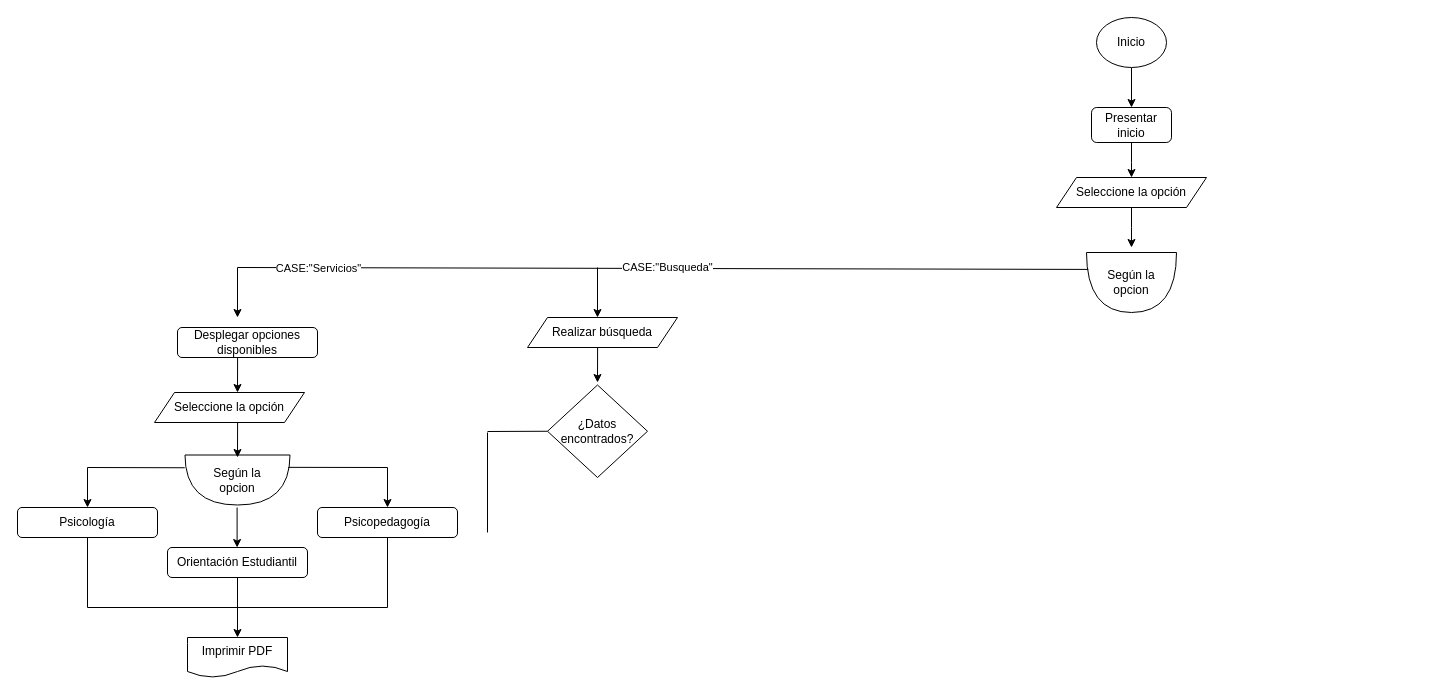
The draw.io diagram DiagramaDeActividades/DiagramaActividadOpciones.drawio in Joxini/DiagramaDeUso, before the edit. Source tidied: cells renumbered, new cells numbered last; positions are measured from the earlier drawing's top-left corner, leaving out a move shared by most shapes. Both pictures are drawn from the tidied source at 100%, with x=0, y=0 at pixel (17, 17).
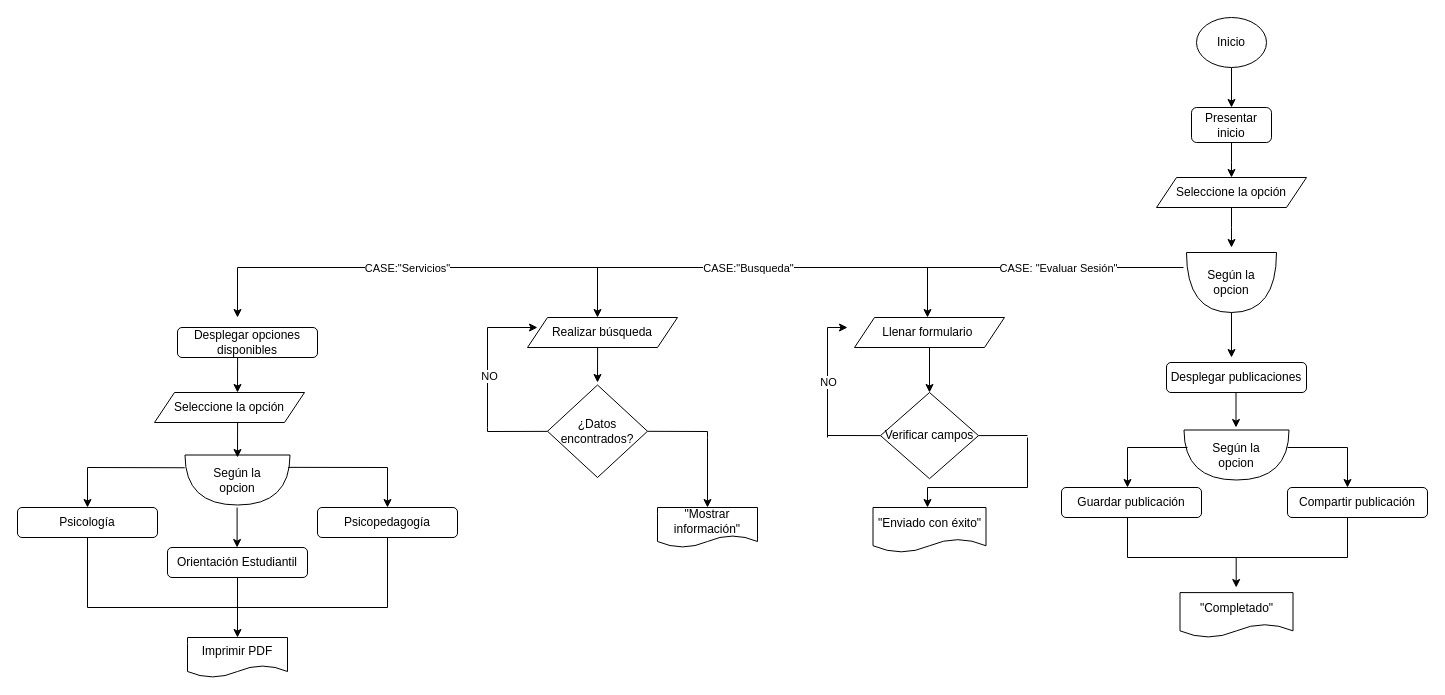
The same page after the edit.

Unchanged cells that the change refers to:
```xml
<mxCell id="37" value="¿Datos encontrados?" style="rhombus;whiteSpace=wrap;html=1;" parent="1" vertex="1">
  <mxGeometry x="530" y="367.5" width="100" height="92.5" as="geometry" />
</mxCell>
```

Diff of the diagram source:
```diff
@@
     <mxCell id="3" value="Inicio" style="ellipse;whiteSpace=wrap;html=1;" parent="1" vertex="1">
-      <mxGeometry x="1079" width="70" height="50" as="geometry" />
+      <mxGeometry x="1179" width="70" height="50" as="geometry" />
     </mxCell>
     <mxCell id="4" style="edgeStyle=orthogonalEdgeStyle;rounded=0;jettySize=auto;html=1;" parent="1" edge="1" source="5">
       <mxGeometry relative="1" as="geometry">
-        <mxPoint x="1114" y="160" as="targetPoint" />
+        <mxPoint x="1214" y="160" as="targetPoint" />
       </mxGeometry>
     </mxCell>
     <mxCell id="5" value="Presentar inicio" style="rounded=1;whiteSpace=wrap;html=1;" parent="1" vertex="1">
-      <mxGeometry x="1074" y="90" width="80" height="35" as="geometry" />
+      <mxGeometry x="1174" y="90" width="80" height="35" as="geometry" />
     </mxCell>
     <mxCell id="6" style="edgeStyle=orthogonalEdgeStyle;rounded=0;jettySize=auto;html=1;" parent="1" edge="1" source="7">
       <mxGeometry relative="1" as="geometry">
-        <mxPoint x="1114" y="230" as="targetPoint" />
+        <mxPoint x="1214" y="230" as="targetPoint" />
       </mxGeometry>
     </mxCell>
     <mxCell id="7" value="Seleccione la opción" style="shape=parallelogram;perimeter=parallelogramPerimeter;whiteSpace=wrap;html=1;fixedSize=1;" parent="1" vertex="1">
-      <mxGeometry x="1039" y="160" width="150" height="30" as="geometry" />
+      <mxGeometry x="1139" y="160" width="150" height="30" as="geometry" />
     </mxCell>
     <mxCell id="8" style="shape=or;whiteSpace=wrap;html=1;rotation=90;" parent="1" vertex="1">
-      <mxGeometry x="1084" y="220" width="60" height="90" as="geometry" />
+      <mxGeometry x="1184" y="220" width="60" height="90" as="geometry" />
     </mxCell>
     <mxCell id="9" value="Según la opcion" style="text;html=1;strokeColor=none;fillColor=none;align=center;verticalAlign=middle;whiteSpace=wrap;rounded=0;" parent="1" vertex="1">
-      <mxGeometry x="1084" y="250" width="60" height="30" as="geometry" />
+      <mxGeometry x="1184" y="250" width="60" height="30" as="geometry" />
     </mxCell>
@@
-    <mxCell id="11" style="endArrow=none;html=1;rounded=0;entryX=0.282;entryY=0.98;entryDx=0;entryDy=0;entryPerimeter=0;" parent="1" edge="1" target="8">
+    <mxCell id="11" style="endArrow=none;html=1;rounded=0;" parent="1" edge="1">
       <mxGeometry relative="1" as="geometry">
         <mxPoint x="220" y="250" as="sourcePoint" />
+        <mxPoint x="1166" y="250" as="targetPoint" />
       </mxGeometry>
     </mxCell>
     <mxCell id="12" value="CASE:&quot;Servicios&quot;" style="edgeLabel;html=1;align=center;verticalAlign=middle;" parent="11" vertex="1">
-      <mxGeometry x="-0.81" relative="1" as="geometry" />
+      <mxGeometry x="-0.81" relative="1" as="geometry">
+        <mxPoint x="79" as="offset" />
+      </mxGeometry>
     </mxCell>
     <mxCell id="13" value="CASE:&quot;Busqueda&quot;" style="edgeLabel;html=1;align=center;verticalAlign=middle;" parent="11" vertex="1">
-      <mxGeometry x="0.01" y="-3" relative="1" as="geometry">
-        <mxPoint y="-4" as="offset" />
+      <mxGeometry x="-0.3" y="-2" relative="1" as="geometry">
+        <mxPoint x="179" y="-2" as="offset" />
       </mxGeometry>
     </mxCell>
+    <mxCell id="40" value="CASE: &quot;Evaluar Sesión&quot;" style="edgeLabel;html=1;align=center;verticalAlign=middle;" parent="11" vertex="1">
+      <mxGeometry x="0.08" relative="1" as="geometry">
+        <mxPoint x="309" as="offset" />
+      </mxGeometry>
+    </mxCell>
@@
-    <mxCell id="38" style="endArrow=none;html=1;rounded=0;entryX=0;entryY=0.5;entryDx=0;entryDy=0;" parent="1" edge="1" target="37">
+    <mxCell id="38" style="endArrow=none;html=1;rounded=0;" parent="1" edge="1" target="37">
       <mxGeometry relative="1" as="geometry">
-        <mxPoint x="470" y="414" as="sourcePoint" />
+        <mxPoint x="470" y="410" as="sourcePoint" />
+        <Array as="points">
+          <mxPoint x="470" y="414" />
+        </Array>
       </mxGeometry>
     </mxCell>
-    <mxCell id="39" style="endArrow=none;html=1;rounded=0;" parent="1" edge="1">
-      <mxGeometry relative="1" as="geometry">
-        <mxPoint x="470" y="515" as="sourcePoint" />
-        <mxPoint x="470" y="415" as="targetPoint" />
-      </mxGeometry>
-    </mxCell>
+    <mxCell id="41" style="endArrow=none;html=1;rounded=0;" parent="1" edge="1">
+      <mxGeometry relative="1" as="geometry">
+        <mxPoint x="470" y="310" as="sourcePoint" />
+        <mxPoint x="470" y="410" as="targetPoint" />
+      </mxGeometry>
+    </mxCell>
+    <mxCell id="42" value="NO" style="edgeLabel;html=1;align=center;verticalAlign=middle;" parent="41" vertex="1">
+      <mxGeometry x="-0.05" y="1" relative="1" as="geometry" />
+    </mxCell>
+    <mxCell id="43" style="endArrow=classic;html=1;rounded=0;" parent="1" edge="1">
+      <mxGeometry relative="1" as="geometry">
+        <mxPoint x="470" y="310" as="sourcePoint" />
+        <mxPoint x="520" y="310" as="targetPoint" />
+      </mxGeometry>
+    </mxCell>
+    <mxCell id="44" style="endArrow=none;html=1;rounded=0;exitX=1;exitY=0.5;exitDx=0;exitDy=0;" parent="1" edge="1">
+      <mxGeometry relative="1" as="geometry">
+        <mxPoint x="630" y="413.8" as="sourcePoint" />
+        <mxPoint x="690" y="420" as="targetPoint" />
+        <Array as="points">
+          <mxPoint x="690" y="414" />
+        </Array>
+      </mxGeometry>
+    </mxCell>
+    <mxCell id="45" value="&quot;Mostrar información&quot;" style="shape=document;whiteSpace=wrap;html=1;boundedLbl=1;" parent="1" vertex="1">
+      <mxGeometry x="640" y="490" width="100" height="40" as="geometry" />
+    </mxCell>
+    <mxCell id="46" style="edgeStyle=orthogonalEdgeStyle;rounded=0;jettySize=auto;html=1;" parent="1" edge="1" source="47" target="49">
+      <mxGeometry relative="1" as="geometry" />
+    </mxCell>
+    <mxCell id="47" value="Llenar formulario&amp;nbsp;" style="shape=parallelogram;perimeter=parallelogramPerimeter;whiteSpace=wrap;html=1;fixedSize=1;" parent="1" vertex="1">
+      <mxGeometry x="837" y="300" width="150" height="30" as="geometry" />
+    </mxCell>
+    <mxCell id="48" style="endArrow=classic;html=1;rounded=0;" parent="1" edge="1">
+      <mxGeometry relative="1" as="geometry">
+        <mxPoint x="910" y="250" as="sourcePoint" />
+        <mxPoint x="910" y="300" as="targetPoint" />
+      </mxGeometry>
+    </mxCell>
+    <mxCell id="49" value="Verificar campos" style="rhombus;whiteSpace=wrap;html=1;" parent="1" vertex="1">
+      <mxGeometry x="863" y="375" width="98" height="86.2" as="geometry" />
+    </mxCell>
+    <mxCell id="50" style="endArrow=none;html=1;rounded=0;entryX=0;entryY=0.5;entryDx=0;entryDy=0;" parent="1" edge="1" target="49">
+      <mxGeometry relative="1" as="geometry">
+        <mxPoint x="810" y="418" as="sourcePoint" />
+      </mxGeometry>
+    </mxCell>
+    <mxCell id="51" style="endArrow=none;html=1;rounded=0;" parent="1" edge="1">
+      <mxGeometry relative="1" as="geometry">
+        <mxPoint x="810" y="420" as="sourcePoint" />
+        <mxPoint x="810" y="310" as="targetPoint" />
+      </mxGeometry>
+    </mxCell>
+    <mxCell id="52" value="NO" style="edgeLabel;html=1;align=center;verticalAlign=middle;" parent="51" vertex="1">
+      <mxGeometry x="0.01" relative="1" as="geometry" />
+    </mxCell>
+    <mxCell id="53" style="endArrow=classic;html=1;rounded=0;" parent="1" edge="1">
+      <mxGeometry relative="1" as="geometry">
+        <mxPoint x="810" y="310" as="sourcePoint" />
+        <mxPoint x="830" y="310" as="targetPoint" />
+      </mxGeometry>
+    </mxCell>
+    <mxCell id="54" style="endArrow=none;html=1;rounded=0;exitX=1;exitY=0.5;exitDx=0;exitDy=0;" parent="1" edge="1" source="49">
+      <mxGeometry relative="1" as="geometry">
+        <mxPoint x="1010" y="418" as="targetPoint" />
+      </mxGeometry>
+    </mxCell>
+    <mxCell id="55" style="endArrow=classic;html=1;rounded=0;" parent="1" edge="1">
+      <mxGeometry relative="1" as="geometry">
+        <mxPoint x="690" y="420" as="sourcePoint" />
+        <mxPoint x="690" y="490" as="targetPoint" />
+      </mxGeometry>
+    </mxCell>
+    <mxCell id="56" style="endArrow=classic;html=1;rounded=0;" parent="1" edge="1">
+      <mxGeometry relative="1" as="geometry">
+        <mxPoint x="910" y="470" as="sourcePoint" />
+        <mxPoint x="910" y="490" as="targetPoint" />
+      </mxGeometry>
+    </mxCell>
+    <mxCell id="57" value="&quot;Enviado con éxito&quot;" style="shape=document;whiteSpace=wrap;html=1;boundedLbl=1;" parent="1" vertex="1">
+      <mxGeometry x="855.5" y="490" width="113" height="45" as="geometry" />
+    </mxCell>
+    <mxCell id="58" style="endArrow=classic;html=1;rounded=0;exitX=1;exitY=0.5;exitDx=0;exitDy=0;exitPerimeter=0;" parent="1" edge="1" source="8">
+      <mxGeometry relative="1" as="geometry">
+        <mxPoint x="1214" y="340" as="targetPoint" />
+      </mxGeometry>
+    </mxCell>
+    <mxCell id="59" value="Desplegar publicaciones" style="rounded=1;whiteSpace=wrap;html=1;" parent="1" vertex="1">
+      <mxGeometry x="1149" y="345" width="140" height="30" as="geometry" />
+    </mxCell>
+    <mxCell id="60" style="edgeStyle=orthogonalEdgeStyle;rounded=0;orthogonalLoop=1;jettySize=auto;html=1;" parent="1" edge="1">
+      <mxGeometry relative="1" as="geometry">
+        <mxPoint x="1218.5" y="375" as="sourcePoint" />
+        <mxPoint x="1218.5" y="410" as="targetPoint" />
+      </mxGeometry>
+    </mxCell>
+    <mxCell id="61" style="shape=or;whiteSpace=wrap;html=1;rotation=90;" parent="1" vertex="1">
+      <mxGeometry x="1194" y="385" width="50" height="105" as="geometry" />
+    </mxCell>
+    <mxCell id="62" style="endArrow=none;html=1;rounded=0;" parent="1" edge="1">
+      <mxGeometry relative="1" as="geometry">
+        <mxPoint x="1110" y="430" as="sourcePoint" />
+        <mxPoint x="1170" y="430" as="targetPoint" />
+      </mxGeometry>
+    </mxCell>
+    <mxCell id="63" style="endArrow=none;html=1;rounded=0;" parent="1" edge="1">
+      <mxGeometry relative="1" as="geometry">
+        <mxPoint x="1010" y="470" as="sourcePoint" />
+        <mxPoint x="1010" y="420" as="targetPoint" />
+      </mxGeometry>
+    </mxCell>
+    <mxCell id="64" style="endArrow=none;html=1;rounded=0;" parent="1" edge="1">
+      <mxGeometry relative="1" as="geometry">
+        <mxPoint x="910" y="470" as="sourcePoint" />
+        <mxPoint x="1010" y="470" as="targetPoint" />
+      </mxGeometry>
+    </mxCell>
+    <mxCell id="65" value="Guardar publicación" style="rounded=1;whiteSpace=wrap;html=1;" parent="1" vertex="1">
+      <mxGeometry x="1044" y="470" width="140" height="30" as="geometry" />
+    </mxCell>
+    <mxCell id="66" style="endArrow=classic;html=1;rounded=0;" parent="1" edge="1">
+      <mxGeometry relative="1" as="geometry">
+        <mxPoint x="1110" y="430" as="sourcePoint" />
+        <mxPoint x="1110" y="470" as="targetPoint" />
+      </mxGeometry>
+    </mxCell>
+    <mxCell id="67" value="Compartir publicación" style="rounded=1;whiteSpace=wrap;html=1;" parent="1" vertex="1">
+      <mxGeometry x="1270" y="470" width="140" height="30" as="geometry" />
+    </mxCell>
+    <mxCell id="68" style="endArrow=none;html=1;rounded=0;" parent="1" edge="1">
+      <mxGeometry relative="1" as="geometry">
+        <mxPoint x="1270" y="430" as="sourcePoint" />
+        <mxPoint x="1330" y="430" as="targetPoint" />
+      </mxGeometry>
+    </mxCell>
+    <mxCell id="69" style="endArrow=classic;html=1;rounded=0;" parent="1" edge="1">
+      <mxGeometry relative="1" as="geometry">
+        <mxPoint x="1330" y="430" as="sourcePoint" />
+        <mxPoint x="1330" y="470" as="targetPoint" />
+      </mxGeometry>
+    </mxCell>
+    <mxCell id="70" value="Según la opcion" style="text;html=1;strokeColor=none;fillColor=none;align=center;verticalAlign=middle;whiteSpace=wrap;rounded=0;" parent="1" vertex="1">
+      <mxGeometry x="1189" y="422.5" width="60" height="30" as="geometry" />
+    </mxCell>
+    <mxCell id="71" style="endArrow=none;html=1;rounded=0;" parent="1" edge="1">
+      <mxGeometry relative="1" as="geometry">
+        <mxPoint x="1110" y="540" as="sourcePoint" />
+        <mxPoint x="1110" y="500" as="targetPoint" />
+      </mxGeometry>
+    </mxCell>
+    <mxCell id="72" style="endArrow=none;html=1;rounded=0;" parent="1" edge="1">
+      <mxGeometry relative="1" as="geometry">
+        <mxPoint x="1330" y="540" as="sourcePoint" />
+        <mxPoint x="1330" y="500" as="targetPoint" />
+      </mxGeometry>
+    </mxCell>
+    <mxCell id="73" style="endArrow=none;html=1;rounded=0;" parent="1" edge="1">
+      <mxGeometry relative="1" as="geometry">
+        <mxPoint x="1110" y="540" as="sourcePoint" />
+        <mxPoint x="1330" y="540" as="targetPoint" />
+      </mxGeometry>
+    </mxCell>
+    <mxCell id="74" style="endArrow=classic;html=1;rounded=0;entryX=0.5;entryY=0;entryDx=0;entryDy=0;" parent="1" edge="1">
+      <mxGeometry relative="1" as="geometry">
+        <mxPoint x="1218.7" y="540" as="sourcePoint" />
+        <mxPoint x="1218.7" y="570" as="targetPoint" />
+      </mxGeometry>
+    </mxCell>
+    <mxCell id="75" value="&quot;Completado&quot;" style="shape=document;whiteSpace=wrap;html=1;boundedLbl=1;" parent="1" vertex="1">
+      <mxGeometry x="1162.5" y="575.1" width="113" height="45" as="geometry" />
+    </mxCell>
```
